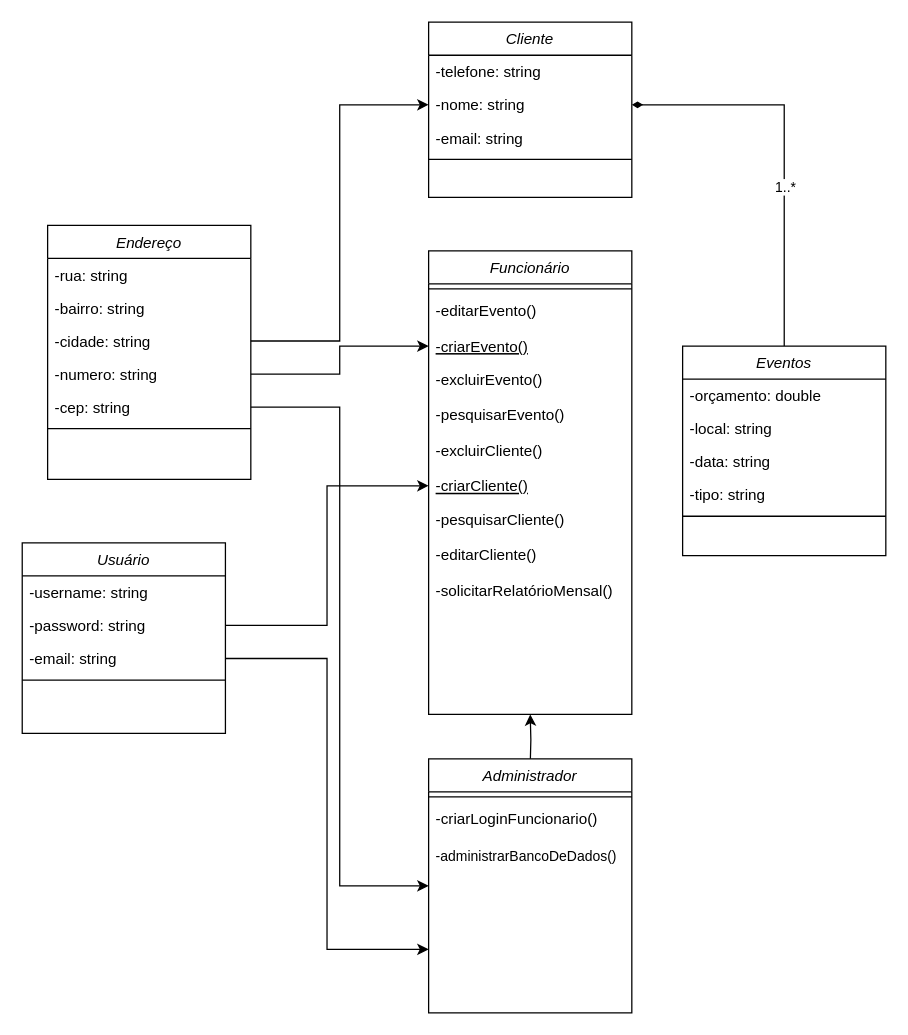
The draw.io diagram 4° Período/Análise e Projeto de Sistemas (Janderson)/Atividade 02/Diagrama de Classes (Buffet LuDa)atualizado.drawio in lucaslucenak/cc-UEPB, before the edit. Source tidied: cells renumbered, new cells numbered last; positions are measured from the earlier drawing's top-left corner, leaving out a move shared by most shapes. Both pictures are drawn from the tidied source at 127%, with x=0, y=0 at pixel (22, 22).
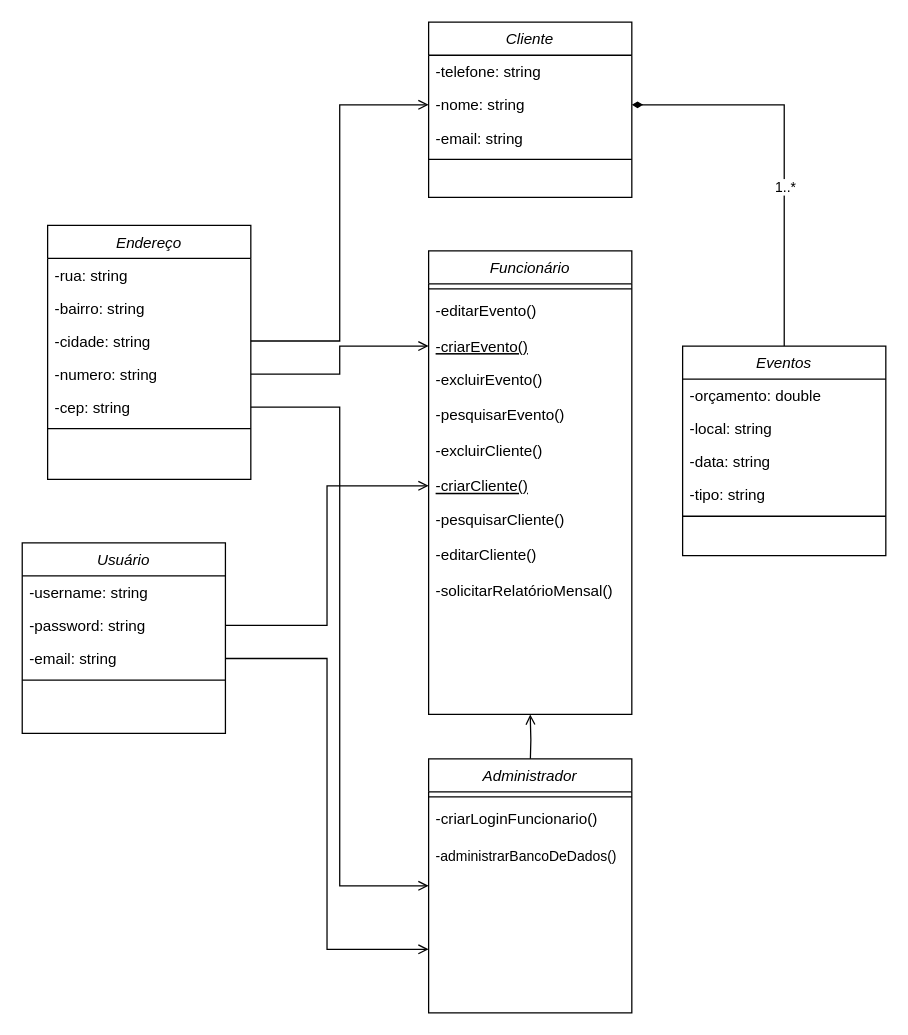
The same diagram, later.

The change refers to these unchanged cells:
```xml
<mxCell id="4" value="-nome: string" style="text;align=left;verticalAlign=top;spacingLeft=4;spacingRight=4;overflow=hidden;points=[[0,0.5],[1,0.5]];portConstraint=eastwest;" parent="2" vertex="1">
  <mxGeometry y="52" width="160" height="26" as="geometry" />
</mxCell>
<mxCell id="7" value="Funcionário" style="swimlane;fontStyle=2;align=center;verticalAlign=top;horizontal=1;startSize=26;rounded=0;shadow=0;strokeWidth=1;" parent="1" vertex="1">
  <mxGeometry x="320" y="180" width="160" height="365" as="geometry" />
</mxCell>
<mxCell id="10" value="-criarEvento()" style="text;align=left;verticalAlign=top;spacingLeft=4;spacingRight=4;overflow=hidden;points=[[0,0.5],[1,0.5]];portConstraint=eastwest;fontStyle=4;" parent="7" vertex="1">
  <mxGeometry y="62" width="160" height="26" as="geometry" />
</mxCell>
<mxCell id="14" value="-criarCliente()" style="text;align=left;verticalAlign=top;spacingLeft=4;spacingRight=4;overflow=hidden;points=[[0,0.5],[1,0.5]];portConstraint=eastwest;fontStyle=4;" parent="7" vertex="1">
  <mxGeometry y="172" width="160" height="26" as="geometry" />
</mxCell>
<mxCell id="27" value="Administrador" style="swimlane;fontStyle=2;align=center;verticalAlign=top;horizontal=1;startSize=26;rounded=0;shadow=0;strokeWidth=1;" parent="1" vertex="1">
  <mxGeometry x="320" y="580" width="160" height="200" as="geometry" />
</mxCell>
<mxCell id="34" value="-cidade: string" style="text;align=left;verticalAlign=top;spacingLeft=4;spacingRight=4;overflow=hidden;points=[[0,0.5],[1,0.5]];portConstraint=eastwest;rounded=0;shadow=0;html=0;" parent="31" vertex="1">
  <mxGeometry y="78" width="160" height="26" as="geometry" />
</mxCell>
<mxCell id="35" value="-numero: string" style="text;align=left;verticalAlign=top;spacingLeft=4;spacingRight=4;overflow=hidden;points=[[0,0.5],[1,0.5]];portConstraint=eastwest;rounded=0;shadow=0;html=0;" parent="31" vertex="1">
  <mxGeometry y="104" width="160" height="26" as="geometry" />
</mxCell>
<mxCell id="36" value="-cep: string" style="text;align=left;verticalAlign=top;spacingLeft=4;spacingRight=4;overflow=hidden;points=[[0,0.5],[1,0.5]];portConstraint=eastwest;rounded=0;shadow=0;html=0;" parent="31" vertex="1">
  <mxGeometry y="130" width="160" height="26" as="geometry" />
</mxCell>
<mxCell id="42" value="-password: string" style="text;align=left;verticalAlign=top;spacingLeft=4;spacingRight=4;overflow=hidden;points=[[0,0.5],[1,0.5]];portConstraint=eastwest;" parent="40" vertex="1">
  <mxGeometry y="52" width="160" height="26" as="geometry" />
</mxCell>
<mxCell id="43" value="-email: string" style="text;align=left;verticalAlign=top;spacingLeft=4;spacingRight=4;overflow=hidden;points=[[0,0.5],[1,0.5]];portConstraint=eastwest;rounded=0;shadow=0;html=0;" parent="40" vertex="1">
  <mxGeometry y="78" width="160" height="26" as="geometry" />
</mxCell>
```

Diff of the diagram source:
```diff
@@
-    <mxCell id="26" style="edgeStyle=orthogonalEdgeStyle;rounded=0;jettySize=auto;html=1;exitX=0.5;exitY=0;exitDx=0;exitDy=0;entryX=0.5;entryY=1;entryDx=0;entryDy=0;fontSize=11;endArrow=classic;endFill=1;" parent="1" edge="1" target="7">
+    <mxCell id="26" style="edgeStyle=orthogonalEdgeStyle;rounded=0;jettySize=auto;html=1;exitX=0.5;exitY=0;exitDx=0;exitDy=0;entryX=0.5;entryY=1;entryDx=0;entryDy=0;fontSize=11;endArrow=open;endFill=0;" parent="1" edge="1" target="7">
       <mxGeometry relative="1" as="geometry">
         <mxPoint x="400" y="585" as="sourcePoint" />
       </mxGeometry>
     </mxCell>
@@
-    <mxCell id="38" style="edgeStyle=orthogonalEdgeStyle;rounded=0;jettySize=auto;html=1;exitX=1;exitY=0.5;exitDx=0;exitDy=0;entryX=0;entryY=0.5;entryDx=0;entryDy=0;" parent="1" edge="1" source="35" target="10">
+    <mxCell id="38" style="edgeStyle=orthogonalEdgeStyle;rounded=0;jettySize=auto;html=1;exitX=1;exitY=0.5;exitDx=0;exitDy=0;entryX=0;entryY=0.5;entryDx=0;entryDy=0;endArrow=open;endFill=0;" parent="1" edge="1" source="35" target="10">
       <mxGeometry relative="1" as="geometry" />
     </mxCell>
-    <mxCell id="39" style="edgeStyle=orthogonalEdgeStyle;rounded=0;jettySize=auto;html=1;exitX=1;exitY=0.5;exitDx=0;exitDy=0;entryX=0;entryY=0.5;entryDx=0;entryDy=0;" parent="1" edge="1" source="34" target="4">
+    <mxCell id="39" style="edgeStyle=orthogonalEdgeStyle;rounded=0;jettySize=auto;html=1;exitX=1;exitY=0.5;exitDx=0;exitDy=0;entryX=0;entryY=0.5;entryDx=0;entryDy=0;endArrow=open;endFill=0;" parent="1" edge="1" source="34" target="4">
       <mxGeometry relative="1" as="geometry" />
     </mxCell>
@@
-    <mxCell id="45" style="edgeStyle=orthogonalEdgeStyle;rounded=0;jettySize=auto;html=1;exitX=1;exitY=0.5;exitDx=0;exitDy=0;entryX=0;entryY=0.5;entryDx=0;entryDy=0;" parent="1" edge="1" source="36" target="27">
+    <mxCell id="45" style="edgeStyle=orthogonalEdgeStyle;rounded=0;jettySize=auto;html=1;exitX=1;exitY=0.5;exitDx=0;exitDy=0;entryX=0;entryY=0.5;entryDx=0;entryDy=0;endArrow=open;endFill=0;" parent="1" edge="1" source="36" target="27">
       <mxGeometry relative="1" as="geometry" />
     </mxCell>
-    <mxCell id="46" style="edgeStyle=orthogonalEdgeStyle;rounded=0;jettySize=auto;html=1;exitX=1;exitY=0.5;exitDx=0;exitDy=0;entryX=0;entryY=0.5;entryDx=0;entryDy=0;" parent="1" edge="1" source="42" target="14">
+    <mxCell id="46" style="edgeStyle=orthogonalEdgeStyle;rounded=0;jettySize=auto;html=1;exitX=1;exitY=0.5;exitDx=0;exitDy=0;entryX=0;entryY=0.5;entryDx=0;entryDy=0;endArrow=open;endFill=0;" parent="1" edge="1" source="42" target="14">
       <mxGeometry relative="1" as="geometry" />
     </mxCell>
-    <mxCell id="47" style="edgeStyle=orthogonalEdgeStyle;rounded=0;jettySize=auto;html=1;exitX=1;exitY=0.5;exitDx=0;exitDy=0;entryX=0;entryY=0.75;entryDx=0;entryDy=0;" parent="1" edge="1" source="43" target="27">
+    <mxCell id="47" style="edgeStyle=orthogonalEdgeStyle;rounded=0;jettySize=auto;html=1;exitX=1;exitY=0.5;exitDx=0;exitDy=0;entryX=0;entryY=0.75;entryDx=0;entryDy=0;endArrow=open;endFill=0;" parent="1" edge="1" source="43" target="27">
       <mxGeometry relative="1" as="geometry" />
     </mxCell>
```
